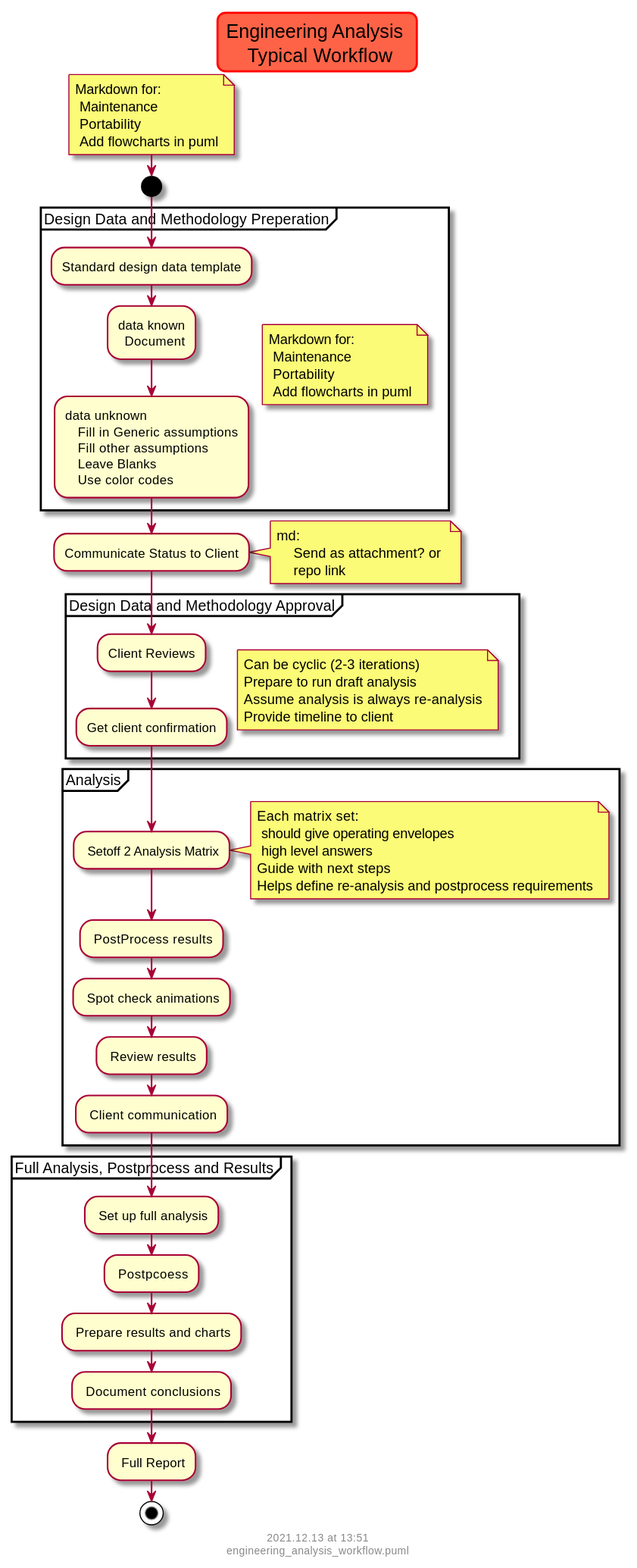
vamseeachanta/energy keeps this PlantUML diagram as out/tools/puml/engineering_analysis_workflow.svg. Above is the earlier version. Source of this version:
```plantuml
@startuml engineering_analysis_workflow
skinparam titleBorderRoundCorner 15
skinparam titleBorderThickness 2
skinparam titleBorderColor red
skinparam titleBackgroundColor Tomato

title Engineering Analysis \n Typical Workflow
        note right
            Markdown for:
             Maintenance
             Portability
             Add flowcharts in puml
        end note

start

    partition "Design Data and Methodology Preperation" {

        note right
            Markdown for:
             Maintenance
             Portability
             Add flowcharts in puml
        end note

        :Standard design data template;
        :data known
          Document;
        :data unknown
            Fill in Generic assumptions
            Fill other assumptions
            Leave Blanks
            Use color codes;
    }

    :Communicate Status to Client;
        note right
            md:
                Send as attachment? or
                repo link
        end note
    partition "Design Data and Methodology Approval" {

        note right
            Can be cyclic (2-3 iterations)
            Prepare to run draft analysis
            Assume analysis is always re-analysis
            Provide timeline to client
        end note

        :Client Reviews;
        :Get client confirmation;

    }


    partition "Analysis" {
    : Setoff 2 Analysis Matrix;

        note right
            Each matrix set:
             should give operating envelopes
             high level answers
            Guide with next steps
            Helps define re-analysis and postprocess requirements
        end note

    : PostProcess results;
    : Spot check animations;
    : Review results;
    : Client communication;
    }

    partition "Full Analysis, Postprocess and Results" {
    : Set up full analysis;
    : Postpcoess;
    : Prepare results and charts;
    : Document conclusions;
    }

: Full Report;

stop

footer
%date("yyyy.MM.dd' at 'HH:mm")
%filename()
end footer

@enduml
```
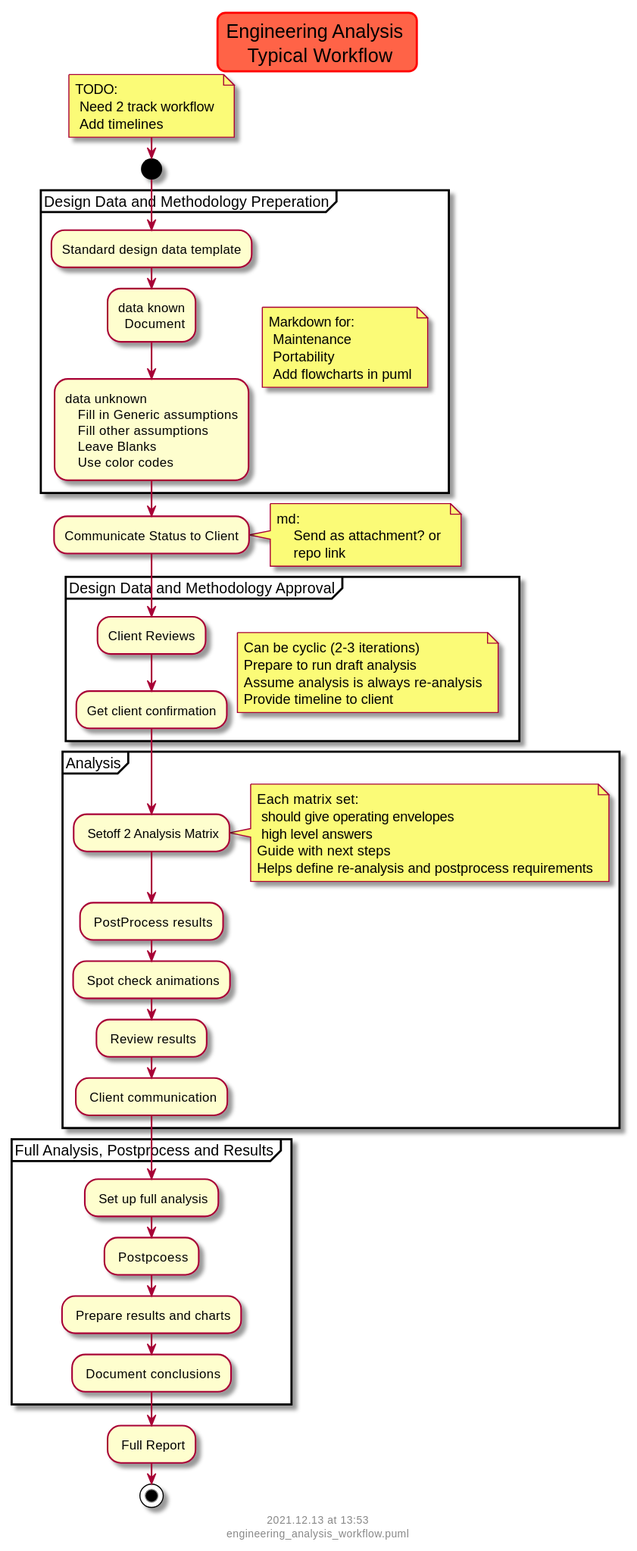
The same diagram one commit later.

Change to the diagram source:
```diff
@@ -5,11 +5,11 @@
 skinparam titleBackgroundColor Tomato
 
 title Engineering Analysis \n Typical Workflow
+
         note right
-            Markdown for:
-             Maintenance
-             Portability
-             Add flowcharts in puml
+            TODO:
+             Need 2 track workflow
+             Add timelines
         end note
 
 start
```
